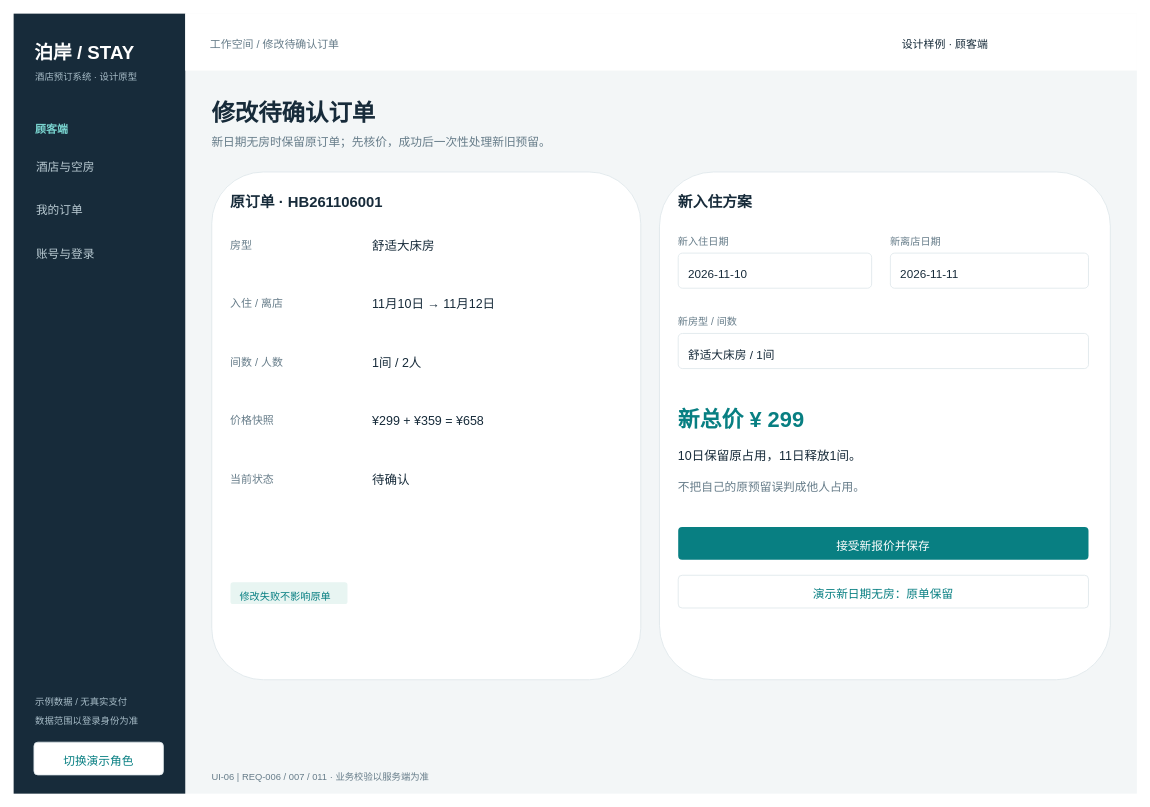
Before: page "UI-06 修改待确认订单" (6 of 16) of 制作源文件/酒店预订UI.drawio in bear0327/software-engineering-lab, a draw.io diagram. Source tidied: cells renumbered, new cells numbered last; positions are measured from the earlier drawing's top-left corner, leaving out a move shared by most shapes. Both pictures are drawn from the tidied source at 78%, with x=0, y=0 at pixel (13, 13).
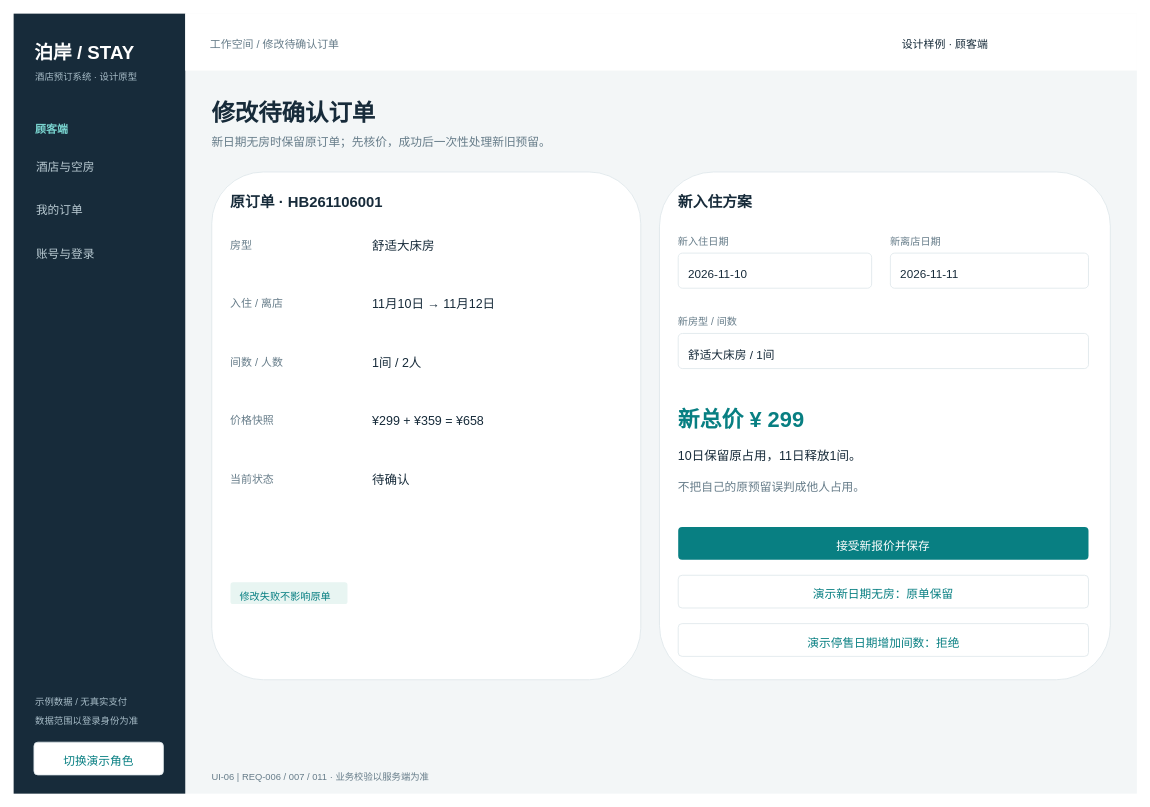
After the change.

Change to the diagram source:
```diff
@@
+    <mxCell id="52" style="rounded=1;whiteSpace=wrap;html=0;fillColor=#FFFFFF;strokeColor=#DCE5E9;arcSize=12;" parent="1" vertex="1">
+      <mxGeometry x="852" y="782" width="526" height="42" as="geometry" />
+    </mxCell>
+    <mxCell id="53" value="演示停售日期增加间数：拒绝" style="text;html=0;align=left;verticalAlign=top;whiteSpace=wrap;overflow=visible;strokeColor=none;fillColor=none;fontFamily=Microsoft YaHei;fontSize=15;fontColor=#087F82;fontStyle=0;spacing=0;" parent="1" vertex="1">
+      <mxGeometry x="1017.5" y="793" width="200" height="22.5" as="geometry" />
+    </mxCell>
```
